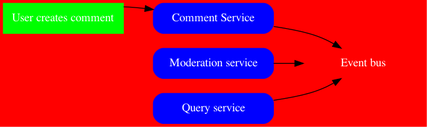
This is docs/graphs/using-m4-preprocessor/flow-curved.png from JJFrampton/courses-udemy-microservices-example, a Graphviz export, as it was before one commit. Its source is kept beside it as docs/graphs/using-m4-preprocessor/flow-curved.dot.
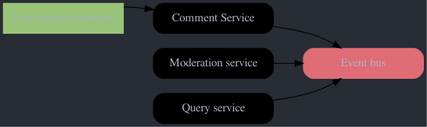
Above is the later version.

Change to the diagram source:
```diff
@@ -1,14 +1,21 @@
+
+
+
+
+
+
+
 
 
 
 digraph {
   rankdir=LR; // Left to right graph
   splines="curved";
-  bgcolor=red;
-  node [ fontcolor=white, width=2, shape=box, style="rounded,filled", color=blue ];
-  "User creates comment" [ color=green, style=filled ];
+  bgcolor="#282c34";
+  node [ fontcolor="#ABB2BF", width=2, shape=box, style="rounded,filled", color=color_blue ];
+  "User creates comment" [ color="#98C379", style=filled ];
   "User creates comment" -> "Comment Service";
-  "Event bus" [ color=red ];
+  "Event bus" [ color="#E06C75" ];
   "Comment Service" -> "Event bus";
   "Event bus" -> "Moderation service";
   "Event bus" -> "Query service";
```
